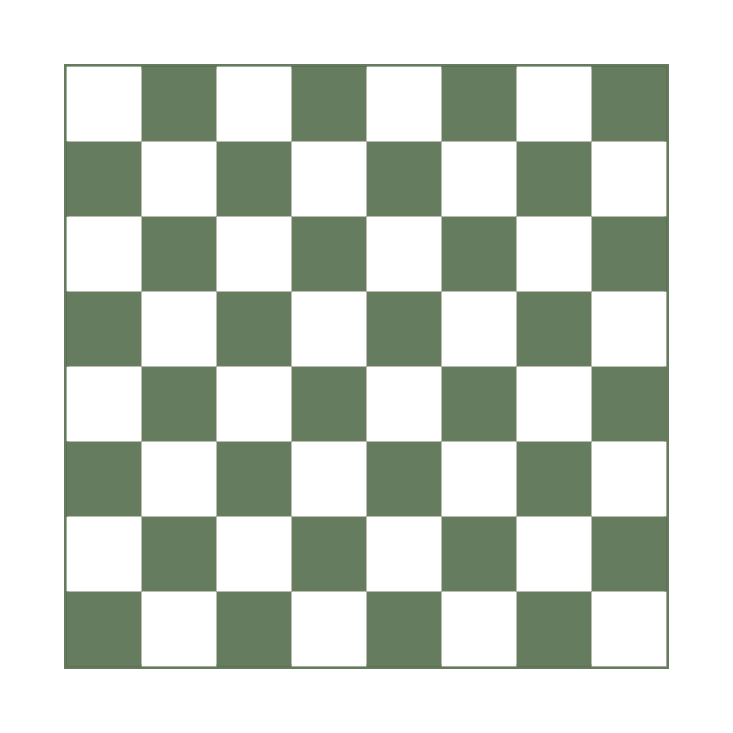
jack125251/Java-Group---Chess keeps this draw.io diagram as Chess/Chess.drawio. Above is the earlier version. Source tidied: cells renumbered, new cells numbered last; positions are measured from the earlier drawing's top-left corner, leaving out a move shared by most shapes. Both pictures are drawn from the tidied source at 100%, with x=0, y=0 at pixel (66, 66).
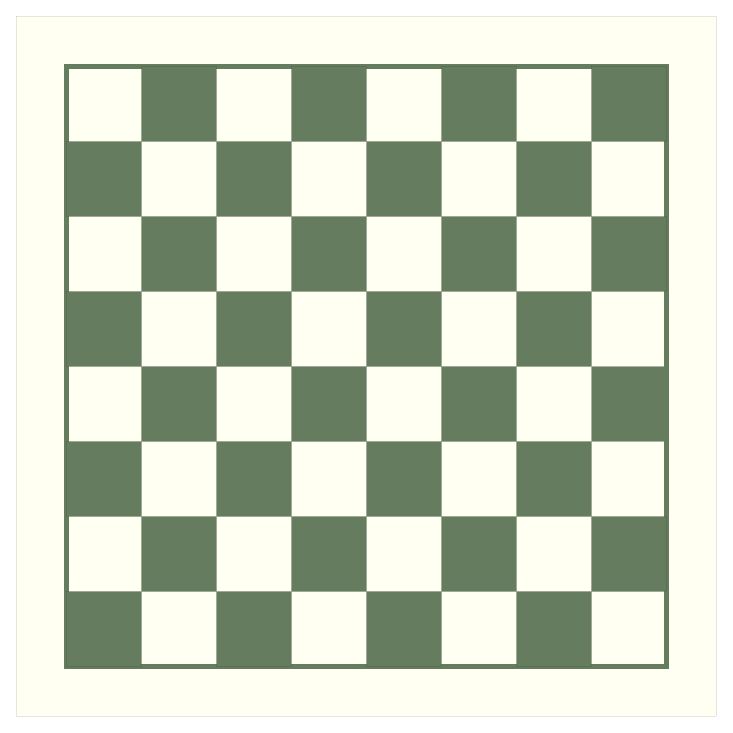
Above is the later version.

Change to the diagram source:
```diff
@@
+    <mxCell id="68" style="whiteSpace=wrap;html=1;fillColor=#fffff2;strokeWidth=0;" parent="1" vertex="1">
+      <mxGeometry x="-50" y="-50" width="700" height="700" as="geometry" />
+    </mxCell>
-    <mxCell id="2" style="group;strokeWidth=5;fillColor=#FFF2CC;strokeColor=#657D5E;" parent="1" vertex="1">
+    <mxCell id="2" style="group;strokeWidth=5;fillColor=#FFFFF2;strokeColor=#657D5E;" parent="1" vertex="1">
       <mxGeometry width="600" height="600" as="geometry" />
     </mxCell>
-    <mxCell id="3" style="whiteSpace=wrap;html=1;fillColor=#657D5E;strokeWidth=0;" parent="2" vertex="1">
+    <mxCell id="3" style="whiteSpace=wrap;html=1;fillColor=#657D5E;strokeWidth=0;" parent="1" vertex="1">
       <mxGeometry x="75" width="75" height="75" as="geometry" />
     </mxCell>
-    <mxCell id="4" style="whiteSpace=wrap;html=1;fillColor=#657D5E;strokeWidth=0;" parent="2" vertex="1">
+    <mxCell id="4" style="whiteSpace=wrap;html=1;fillColor=#657D5E;strokeWidth=0;" parent="1" vertex="1">
       <mxGeometry x="225" width="75" height="75" as="geometry" />
     </mxCell>
-    <mxCell id="5" style="whiteSpace=wrap;html=1;fillColor=#657D5E;strokeWidth=0;" parent="2" vertex="1">
+    <mxCell id="5" style="whiteSpace=wrap;html=1;fillColor=#657D5E;strokeWidth=0;" parent="1" vertex="1">
       <mxGeometry x="375" width="75" height="75" as="geometry" />
     </mxCell>
-    <mxCell id="6" style="whiteSpace=wrap;html=1;fillColor=#657D5E;strokeWidth=0;" parent="2" vertex="1">
+    <mxCell id="6" style="whiteSpace=wrap;html=1;fillColor=#657D5E;strokeWidth=0;" parent="1" vertex="1">
       <mxGeometry x="525" width="75" height="75" as="geometry" />
     </mxCell>
-    <mxCell id="7" style="whiteSpace=wrap;html=1;fillColor=#657D5E;strokeWidth=0;" parent="2" vertex="1">
+    <mxCell id="7" style="whiteSpace=wrap;html=1;fillColor=#657D5E;strokeWidth=0;" parent="1" vertex="1">
       <mxGeometry y="75" width="75" height="75" as="geometry" />
     </mxCell>
-    <mxCell id="8" style="whiteSpace=wrap;html=1;fillColor=#657D5E;strokeWidth=0;" parent="2" vertex="1">
+    <mxCell id="8" style="whiteSpace=wrap;html=1;fillColor=#657D5E;strokeWidth=0;" parent="1" vertex="1">
       <mxGeometry x="150" y="75" width="75" height="75" as="geometry" />
     </mxCell>
-    <mxCell id="9" style="whiteSpace=wrap;html=1;fillColor=#657D5E;strokeWidth=0;" parent="2" vertex="1">
+    <mxCell id="9" style="whiteSpace=wrap;html=1;fillColor=#657D5E;strokeWidth=0;" parent="1" vertex="1">
       <mxGeometry x="300" y="75" width="75" height="75" as="geometry" />
     </mxCell>
-    <mxCell id="10" style="whiteSpace=wrap;html=1;fillColor=#657D5E;strokeWidth=0;" parent="2" vertex="1">
+    <mxCell id="10" style="whiteSpace=wrap;html=1;fillColor=#657D5E;strokeWidth=0;" parent="1" vertex="1">
       <mxGeometry x="450" y="75" width="75" height="75" as="geometry" />
     </mxCell>
-    <mxCell id="11" style="whiteSpace=wrap;html=1;fillColor=#657D5E;strokeWidth=0;" parent="2" vertex="1">
+    <mxCell id="11" style="whiteSpace=wrap;html=1;fillColor=#657D5E;strokeWidth=0;" parent="1" vertex="1">
       <mxGeometry x="75" y="150" width="75" height="75" as="geometry" />
     </mxCell>
-    <mxCell id="12" style="whiteSpace=wrap;html=1;fillColor=#657D5E;strokeWidth=0;" parent="2" vertex="1">
+    <mxCell id="12" style="whiteSpace=wrap;html=1;fillColor=#657D5E;strokeWidth=0;" parent="1" vertex="1">
       <mxGeometry x="225" y="150" width="75" height="75" as="geometry" />
     </mxCell>
-    <mxCell id="13" style="whiteSpace=wrap;html=1;fillColor=#657D5E;strokeWidth=0;" parent="2" vertex="1">
+    <mxCell id="13" style="whiteSpace=wrap;html=1;fillColor=#657D5E;strokeWidth=0;" parent="1" vertex="1">
       <mxGeometry x="375" y="150" width="75" height="75" as="geometry" />
     </mxCell>
-    <mxCell id="14" style="whiteSpace=wrap;html=1;fillColor=#657D5E;strokeWidth=0;" parent="2" vertex="1">
+    <mxCell id="14" style="whiteSpace=wrap;html=1;fillColor=#657D5E;strokeWidth=0;" parent="1" vertex="1">
       <mxGeometry x="525" y="150" width="75" height="75" as="geometry" />
     </mxCell>
-    <mxCell id="15" style="whiteSpace=wrap;html=1;fillColor=#657D5E;strokeWidth=0;" parent="2" vertex="1">
+    <mxCell id="15" style="whiteSpace=wrap;html=1;fillColor=#657D5E;strokeWidth=0;" parent="1" vertex="1">
       <mxGeometry y="225" width="75" height="75" as="geometry" />
     </mxCell>
-    <mxCell id="16" style="whiteSpace=wrap;html=1;fillColor=#657D5E;strokeWidth=0;" parent="2" vertex="1">
+    <mxCell id="16" style="whiteSpace=wrap;html=1;fillColor=#657D5E;strokeWidth=0;" parent="1" vertex="1">
       <mxGeometry x="150" y="225" width="75" height="75" as="geometry" />
     </mxCell>
-    <mxCell id="17" style="whiteSpace=wrap;html=1;fillColor=#657D5E;strokeWidth=0;" parent="2" vertex="1">
+    <mxCell id="17" style="whiteSpace=wrap;html=1;fillColor=#657D5E;strokeWidth=0;" parent="1" vertex="1">
       <mxGeometry x="300" y="225" width="75" height="75" as="geometry" />
     </mxCell>
-    <mxCell id="18" style="whiteSpace=wrap;html=1;fillColor=#657D5E;strokeWidth=0;" parent="2" vertex="1">
+    <mxCell id="18" style="whiteSpace=wrap;html=1;fillColor=#657D5E;strokeWidth=0;" parent="1" vertex="1">
       <mxGeometry x="450" y="225" width="75" height="75" as="geometry" />
     </mxCell>
-    <mxCell id="19" style="whiteSpace=wrap;html=1;fillColor=#657D5E;strokeWidth=0;" parent="2" vertex="1">
+    <mxCell id="19" style="whiteSpace=wrap;html=1;fillColor=#657D5E;strokeWidth=0;" parent="1" vertex="1">
       <mxGeometry x="75" y="300" width="75" height="75" as="geometry" />
     </mxCell>
-    <mxCell id="20" style="whiteSpace=wrap;html=1;fillColor=#657D5E;strokeWidth=0;" parent="2" vertex="1">
+    <mxCell id="20" style="whiteSpace=wrap;html=1;fillColor=#657D5E;strokeWidth=0;" parent="1" vertex="1">
       <mxGeometry x="225" y="300" width="75" height="75" as="geometry" />
     </mxCell>
-    <mxCell id="21" style="whiteSpace=wrap;html=1;fillColor=#657D5E;strokeWidth=0;" parent="2" vertex="1">
+    <mxCell id="21" style="whiteSpace=wrap;html=1;fillColor=#657D5E;strokeWidth=0;" parent="1" vertex="1">
       <mxGeometry x="375" y="300" width="75" height="75" as="geometry" />
     </mxCell>
-    <mxCell id="22" style="whiteSpace=wrap;html=1;fillColor=#657D5E;strokeWidth=0;strokeColor=#657D5E;" parent="2" vertex="1">
+    <mxCell id="22" style="whiteSpace=wrap;html=1;fillColor=#657D5E;strokeWidth=0;strokeColor=#657D5E;" parent="1" vertex="1">
       <mxGeometry x="525" y="300" width="75" height="75" as="geometry" />
     </mxCell>
-    <mxCell id="23" style="whiteSpace=wrap;html=1;fillColor=#657D5E;strokeWidth=0;" parent="2" vertex="1">
+    <mxCell id="23" style="whiteSpace=wrap;html=1;fillColor=#657D5E;strokeWidth=0;" parent="1" vertex="1">
       <mxGeometry y="375" width="75" height="75" as="geometry" />
     </mxCell>
-    <mxCell id="24" style="whiteSpace=wrap;html=1;fillColor=#657D5E;strokeWidth=0;" parent="2" vertex="1">
+    <mxCell id="24" style="whiteSpace=wrap;html=1;fillColor=#657D5E;strokeWidth=0;" parent="1" vertex="1">
       <mxGeometry x="150" y="375" width="75" height="75" as="geometry" />
     </mxCell>
-    <mxCell id="25" style="whiteSpace=wrap;html=1;fillColor=#657D5E;strokeWidth=0;" parent="2" vertex="1">
+    <mxCell id="25" style="whiteSpace=wrap;html=1;fillColor=#657D5E;strokeWidth=0;" parent="1" vertex="1">
       <mxGeometry x="300" y="375" width="75" height="75" as="geometry" />
     </mxCell>
-    <mxCell id="26" style="whiteSpace=wrap;html=1;fillColor=#657D5E;strokeWidth=0;" parent="2" vertex="1">
+    <mxCell id="26" style="whiteSpace=wrap;html=1;fillColor=#657D5E;strokeWidth=0;" parent="1" vertex="1">
       <mxGeometry x="450" y="375" width="75" height="75" as="geometry" />
     </mxCell>
-    <mxCell id="27" style="whiteSpace=wrap;html=1;fillColor=#657D5E;strokeWidth=0;" parent="2" vertex="1">
+    <mxCell id="27" style="whiteSpace=wrap;html=1;fillColor=#657D5E;strokeWidth=0;" parent="1" vertex="1">
       <mxGeometry x="75" y="450" width="75" height="75" as="geometry" />
     </mxCell>
-    <mxCell id="28" style="whiteSpace=wrap;html=1;fillColor=#657D5E;strokeWidth=0;" parent="2" vertex="1">
+    <mxCell id="28" style="whiteSpace=wrap;html=1;fillColor=#657D5E;strokeWidth=0;" parent="1" vertex="1">
       <mxGeometry x="225" y="450" width="75" height="75" as="geometry" />
     </mxCell>
-    <mxCell id="29" style="whiteSpace=wrap;html=1;fillColor=#657D5E;strokeWidth=0;" parent="2" vertex="1">
+    <mxCell id="29" style="whiteSpace=wrap;html=1;fillColor=#657D5E;strokeWidth=0;" parent="1" vertex="1">
       <mxGeometry x="375" y="450" width="75" height="75" as="geometry" />
     </mxCell>
-    <mxCell id="30" style="whiteSpace=wrap;html=1;fillColor=#657D5E;strokeWidth=0;" parent="2" vertex="1">
+    <mxCell id="30" style="whiteSpace=wrap;html=1;fillColor=#657D5E;strokeWidth=0;" parent="1" vertex="1">
       <mxGeometry x="525" y="450" width="75" height="75" as="geometry" />
     </mxCell>
-    <mxCell id="31" style="whiteSpace=wrap;html=1;fillColor=#657D5E;strokeWidth=0;" parent="2" vertex="1">
+    <mxCell id="31" style="whiteSpace=wrap;html=1;fillColor=#657D5E;strokeWidth=0;" parent="1" vertex="1">
       <mxGeometry y="525" width="75" height="75" as="geometry" />
     </mxCell>
-    <mxCell id="32" style="whiteSpace=wrap;html=1;fillColor=#657D5E;strokeWidth=0;" parent="2" vertex="1">
+    <mxCell id="32" style="whiteSpace=wrap;html=1;fillColor=#657D5E;strokeWidth=0;" parent="1" vertex="1">
       <mxGeometry x="150" y="525" width="75" height="75" as="geometry" />
     </mxCell>
-    <mxCell id="33" style="whiteSpace=wrap;html=1;fillColor=#657D5E;strokeWidth=0;" parent="2" vertex="1">
+    <mxCell id="33" style="whiteSpace=wrap;html=1;fillColor=#657D5E;strokeWidth=0;" parent="1" vertex="1">
       <mxGeometry x="300" y="525" width="75" height="75" as="geometry" />
     </mxCell>
-    <mxCell id="34" style="whiteSpace=wrap;html=1;fillColor=#657D5E;strokeWidth=0;" parent="2" vertex="1">
+    <mxCell id="34" style="whiteSpace=wrap;html=1;fillColor=#657D5E;strokeWidth=0;" parent="1" vertex="1">
       <mxGeometry x="450" y="525" width="75" height="75" as="geometry" />
     </mxCell>
-    <mxCell id="35" style="group;strokeWidth=0;" parent="2" vertex="1">
-      <mxGeometry width="600" height="600" as="geometry" />
-    </mxCell>
-    <mxCell id="36" style="whiteSpace=wrap;html=1;strokeWidth=0;" parent="35" vertex="1">
-      <mxGeometry width="75" height="75" as="geometry" />
-    </mxCell>
-    <mxCell id="37" style="whiteSpace=wrap;html=1;strokeWidth=0;" parent="35" vertex="1">
-      <mxGeometry x="150" width="75" height="75" as="geometry" />
-    </mxCell>
-    <mxCell id="38" style="whiteSpace=wrap;html=1;strokeWidth=0;" parent="35" vertex="1">
-      <mxGeometry x="300" width="75" height="75" as="geometry" />
-    </mxCell>
-    <mxCell id="39" style="whiteSpace=wrap;html=1;strokeWidth=0;" parent="35" vertex="1">
-      <mxGeometry x="450" width="75" height="75" as="geometry" />
-    </mxCell>
-    <mxCell id="40" style="whiteSpace=wrap;html=1;strokeWidth=0;" parent="35" vertex="1">
-      <mxGeometry x="75" y="75" width="75" height="75" as="geometry" />
-    </mxCell>
-    <mxCell id="41" style="whiteSpace=wrap;html=1;strokeWidth=0;" parent="35" vertex="1">
-      <mxGeometry x="225" y="75" width="75" height="75" as="geometry" />
-    </mxCell>
-    <mxCell id="42" style="whiteSpace=wrap;html=1;strokeWidth=0;" parent="35" vertex="1">
-      <mxGeometry x="375" y="75" width="75" height="75" as="geometry" />
-    </mxCell>
-    <mxCell id="43" style="whiteSpace=wrap;html=1;strokeWidth=0;" parent="35" vertex="1">
-      <mxGeometry x="525" y="75" width="75" height="75" as="geometry" />
-    </mxCell>
-    <mxCell id="44" style="whiteSpace=wrap;html=1;strokeWidth=0;" parent="35" vertex="1">
-      <mxGeometry y="150" width="75" height="75" as="geometry" />
-    </mxCell>
-    <mxCell id="45" style="whiteSpace=wrap;html=1;strokeWidth=0;" parent="35" vertex="1">
-      <mxGeometry x="150" y="150" width="75" height="75" as="geometry" />
-    </mxCell>
-    <mxCell id="46" style="whiteSpace=wrap;html=1;strokeWidth=0;" parent="35" vertex="1">
-      <mxGeometry x="300" y="150" width="75" height="75" as="geometry" />
-    </mxCell>
-    <mxCell id="47" style="whiteSpace=wrap;html=1;strokeWidth=0;" parent="35" vertex="1">
-      <mxGeometry x="450" y="150" width="75" height="75" as="geometry" />
-    </mxCell>
-    <mxCell id="48" style="whiteSpace=wrap;html=1;strokeWidth=0;" parent="35" vertex="1">
-      <mxGeometry x="75" y="225" width="75" height="75" as="geometry" />
-    </mxCell>
-    <mxCell id="49" style="whiteSpace=wrap;html=1;strokeWidth=0;" parent="35" vertex="1">
-      <mxGeometry x="225" y="225" width="75" height="75" as="geometry" />
-    </mxCell>
-    <mxCell id="50" style="whiteSpace=wrap;html=1;strokeWidth=0;" parent="35" vertex="1">
-      <mxGeometry x="375" y="225" width="75" height="75" as="geometry" />
-    </mxCell>
-    <mxCell id="51" style="whiteSpace=wrap;html=1;strokeWidth=0;" parent="35" vertex="1">
-      <mxGeometry x="525" y="225" width="75" height="75" as="geometry" />
-    </mxCell>
-    <mxCell id="52" style="whiteSpace=wrap;html=1;strokeWidth=0;" parent="35" vertex="1">
-      <mxGeometry y="300" width="75" height="75" as="geometry" />
-    </mxCell>
-    <mxCell id="53" style="whiteSpace=wrap;html=1;strokeWidth=0;" parent="35" vertex="1">
-      <mxGeometry x="150" y="300" width="75" height="75" as="geometry" />
-    </mxCell>
-    <mxCell id="54" style="whiteSpace=wrap;html=1;strokeWidth=0;" parent="35" vertex="1">
-      <mxGeometry x="300" y="300" width="75" height="75" as="geometry" />
-    </mxCell>
-    <mxCell id="55" style="whiteSpace=wrap;html=1;strokeWidth=0;" parent="35" vertex="1">
-      <mxGeometry x="450" y="300" width="75" height="75" as="geometry" />
-    </mxCell>
-    <mxCell id="56" style="whiteSpace=wrap;html=1;strokeWidth=0;" parent="35" vertex="1">
-      <mxGeometry x="75" y="375" width="75" height="75" as="geometry" />
-    </mxCell>
-    <mxCell id="57" style="whiteSpace=wrap;html=1;strokeWidth=0;" parent="35" vertex="1">
-      <mxGeometry x="225" y="375" width="75" height="75" as="geometry" />
-    </mxCell>
-    <mxCell id="58" style="whiteSpace=wrap;html=1;strokeWidth=0;" parent="35" vertex="1">
-      <mxGeometry x="375" y="375" width="75" height="75" as="geometry" />
-    </mxCell>
-    <mxCell id="59" style="whiteSpace=wrap;html=1;strokeWidth=0;" parent="35" vertex="1">
-      <mxGeometry x="525" y="375" width="75" height="75" as="geometry" />
-    </mxCell>
-    <mxCell id="60" style="whiteSpace=wrap;html=1;strokeWidth=0;" parent="35" vertex="1">
-      <mxGeometry y="450" width="75" height="75" as="geometry" />
-    </mxCell>
-    <mxCell id="61" style="whiteSpace=wrap;html=1;strokeWidth=0;" parent="35" vertex="1">
-      <mxGeometry x="150" y="450" width="75" height="75" as="geometry" />
-    </mxCell>
-    <mxCell id="62" style="whiteSpace=wrap;html=1;strokeWidth=0;" parent="35" vertex="1">
-      <mxGeometry x="300" y="450" width="75" height="75" as="geometry" />
-    </mxCell>
-    <mxCell id="63" style="whiteSpace=wrap;html=1;strokeWidth=0;" parent="35" vertex="1">
-      <mxGeometry x="450" y="450" width="75" height="75" as="geometry" />
-    </mxCell>
-    <mxCell id="64" style="whiteSpace=wrap;html=1;strokeWidth=0;" parent="35" vertex="1">
-      <mxGeometry x="75" y="525" width="75" height="75" as="geometry" />
-    </mxCell>
-    <mxCell id="65" style="whiteSpace=wrap;html=1;strokeWidth=0;" parent="35" vertex="1">
-      <mxGeometry x="225" y="525" width="75" height="75" as="geometry" />
-    </mxCell>
-    <mxCell id="66" style="whiteSpace=wrap;html=1;strokeWidth=0;" parent="35" vertex="1">
-      <mxGeometry x="375" y="525" width="75" height="75" as="geometry" />
-    </mxCell>
-    <mxCell id="67" style="whiteSpace=wrap;html=1;strokeWidth=0;" parent="35" vertex="1">
-      <mxGeometry x="525" y="525" width="75" height="75" as="geometry" />
-    </mxCell>
```
